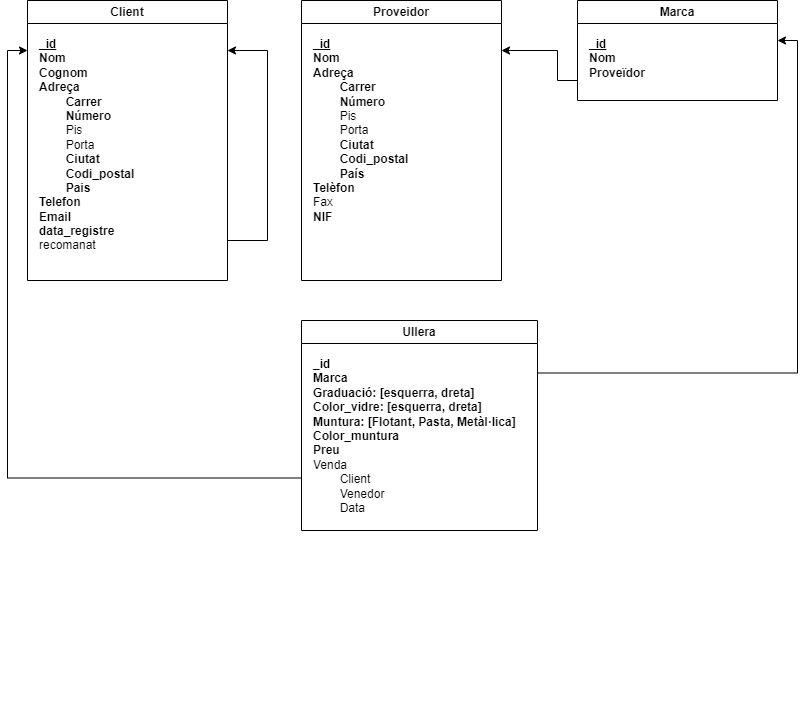
The draw.io diagram Entrega 1/nivell1_optica_diagrama.png in oriolsastre/mongoDB-estructura, before a commit. Source tidied: cells renumbered, new cells last; positions are measured from the earlier drawing's top-left corner, leaving out a move shared by most shapes.
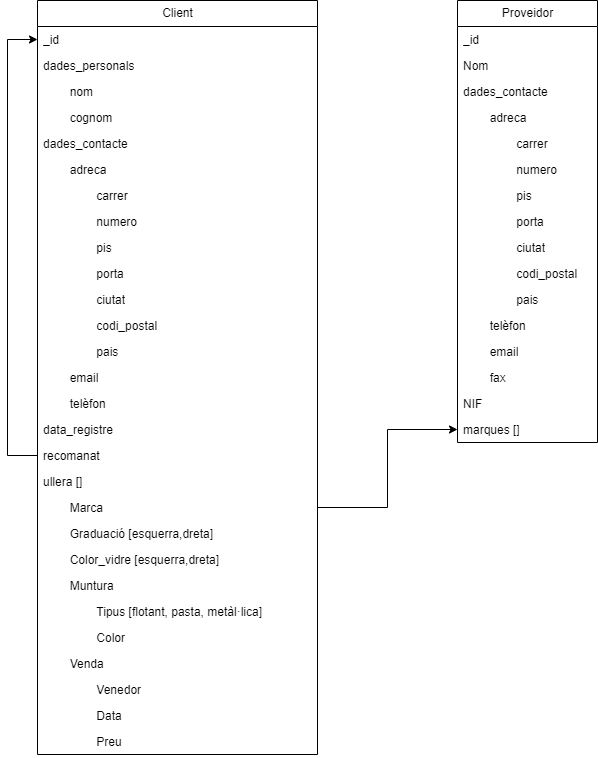
After the commit.

Commit message:
reestructuracio nivell1

The edit, as a diff of the source:
```diff
@@ -2,67 +2,154 @@
   <root>
     <mxCell id="0" />
     <mxCell id="1" parent="0" />
-    <mxCell id="2" style="edgeStyle=orthogonalEdgeStyle;rounded=0;jettySize=auto;html=1;exitX=1;exitY=0.25;exitDx=0;exitDy=0;" parent="1" edge="1" source="3">
-      <mxGeometry relative="1" as="geometry">
-        <mxPoint x="220" y="50" as="targetPoint" />
-        <Array as="points">
-          <mxPoint x="220" y="240" />
-          <mxPoint x="260" y="240" />
-          <mxPoint x="260" y="50" />
-        </Array>
-      </mxGeometry>
-    </mxCell>
-    <mxCell id="3" value="Client" style="swimlane;whiteSpace=wrap;html=1;align=center;" parent="1" vertex="1">
-      <mxGeometry x="20" width="200" height="280" as="geometry" />
+    <mxCell id="3" value="Client" style="swimlane;fontStyle=0;horizontal=1;startSize=26;fillColor=none;html=1;" parent="1" vertex="1">
+      <mxGeometry x="120" y="-47" width="280" height="754" as="geometry" />
     </mxCell>
-    <mxCell id="4" value="&lt;b&gt;&lt;u&gt;_id&lt;/u&gt;&lt;/b&gt;&lt;br&gt;&lt;b&gt;Nom&lt;br&gt;Cognom&lt;/b&gt;&lt;br&gt;&lt;b&gt;Adreça&lt;/b&gt;&lt;br&gt;&lt;span style=&quot;white-space: pre;&quot;&gt;&#9;&lt;/span&gt;&lt;b&gt;Carrer&lt;br&gt;&lt;span style=&quot;white-space: pre;&quot;&gt;&#9;&lt;/span&gt;Número&lt;/b&gt;&lt;br&gt;&lt;span style=&quot;white-space: pre;&quot;&gt;&#9;&lt;/span&gt;Pis&lt;br&gt;&lt;span style=&quot;white-space: pre;&quot;&gt;&#9;&lt;/span&gt;Porta&lt;br&gt;&lt;span style=&quot;white-space: pre;&quot;&gt;&#9;&lt;/span&gt;&lt;b&gt;Ciutat&lt;br&gt;&lt;span style=&quot;white-space: pre;&quot;&gt;&#9;&lt;/span&gt;Codi_postal&lt;br&gt;&lt;span style=&quot;white-space: pre;&quot;&gt;&#9;&lt;/span&gt;Pais&lt;/b&gt;&lt;br&gt;&lt;b&gt;Telefon&lt;br&gt;Email&lt;br&gt;data_registre&lt;br&gt;&lt;/b&gt;recomanat" style="text;html=1;strokeColor=none;fillColor=none;align=left;verticalAlign=top;whiteSpace=wrap;rounded=0;" parent="3" vertex="1">
-      <mxGeometry x="10" y="30" width="180" height="240" as="geometry" />
-    </mxCell>
+    <mxCell id="14" value="_id" style="text;strokeColor=none;fillColor=none;align=left;verticalAlign=top;spacingLeft=4;spacingRight=4;overflow=hidden;points=[[0,0.5],[1,0.5]];portConstraint=eastwest;whiteSpace=wrap;html=1;" parent="3" vertex="1">
+      <mxGeometry y="26" width="280" height="26" as="geometry" />
+    </mxCell>
+    <mxCell id="15" value="dades_personals" style="text;strokeColor=none;fillColor=none;align=left;verticalAlign=top;spacingLeft=4;spacingRight=4;overflow=hidden;whiteSpace=wrap;html=1;" parent="3" vertex="1">
+      <mxGeometry y="52" width="280" height="26" as="geometry" />
+    </mxCell>
+    <mxCell id="16" value="&lt;span style=&quot;white-space: pre;&quot;&gt;&#9;&lt;/span&gt;nom" style="text;strokeColor=none;fillColor=none;align=left;verticalAlign=top;spacingLeft=4;spacingRight=4;overflow=hidden;whiteSpace=wrap;html=1;" parent="3" vertex="1">
+      <mxGeometry y="78" width="280" height="26" as="geometry" />
+    </mxCell>
+    <mxCell id="17" value="&lt;span style=&quot;white-space: pre;&quot;&gt;&#9;&lt;/span&gt;cognom" style="text;strokeColor=none;fillColor=none;align=left;verticalAlign=top;spacingLeft=4;spacingRight=4;overflow=hidden;whiteSpace=wrap;html=1;" parent="3" vertex="1">
+      <mxGeometry y="104" width="280" height="26" as="geometry" />
+    </mxCell>
+    <mxCell id="18" value="dades_contacte" style="text;strokeColor=none;fillColor=none;align=left;verticalAlign=top;spacingLeft=4;spacingRight=4;overflow=hidden;whiteSpace=wrap;html=1;" parent="3" vertex="1">
+      <mxGeometry y="130" width="280" height="26" as="geometry" />
+    </mxCell>
+    <mxCell id="19" value="&lt;span style=&quot;white-space: pre;&quot;&gt;&#9;&lt;/span&gt;adreca" style="text;strokeColor=none;fillColor=none;align=left;verticalAlign=top;spacingLeft=4;spacingRight=4;overflow=hidden;whiteSpace=wrap;html=1;" parent="3" vertex="1">
+      <mxGeometry y="156" width="280" height="26" as="geometry" />
+    </mxCell>
+    <mxCell id="20" value="&lt;span style=&quot;white-space: pre;&quot;&gt;&#9;&lt;/span&gt;&lt;span style=&quot;white-space: pre;&quot;&gt;&#9;&lt;/span&gt;carrer" style="text;strokeColor=none;fillColor=none;align=left;verticalAlign=top;spacingLeft=4;spacingRight=4;overflow=hidden;whiteSpace=wrap;html=1;" parent="3" vertex="1">
+      <mxGeometry y="182" width="280" height="26" as="geometry" />
+    </mxCell>
+    <mxCell id="21" value="&lt;span style=&quot;white-space: pre;&quot;&gt;&#9;&lt;/span&gt;&lt;span style=&quot;white-space: pre;&quot;&gt;&#9;&lt;/span&gt;numero" style="text;strokeColor=none;fillColor=none;align=left;verticalAlign=top;spacingLeft=4;spacingRight=4;overflow=hidden;whiteSpace=wrap;html=1;" parent="3" vertex="1">
+      <mxGeometry y="208" width="280" height="26" as="geometry" />
+    </mxCell>
+    <mxCell id="22" value="&lt;span style=&quot;white-space: pre;&quot;&gt;&#9;&lt;/span&gt;&lt;span style=&quot;white-space: pre;&quot;&gt;&#9;&lt;/span&gt;pis" style="text;strokeColor=none;fillColor=none;align=left;verticalAlign=top;spacingLeft=4;spacingRight=4;overflow=hidden;whiteSpace=wrap;html=1;" parent="3" vertex="1">
+      <mxGeometry y="234" width="280" height="26" as="geometry" />
+    </mxCell>
+    <mxCell id="23" value="&lt;span style=&quot;white-space: pre;&quot;&gt;&#9;&lt;/span&gt;&lt;span style=&quot;white-space: pre;&quot;&gt;&#9;&lt;/span&gt;porta" style="text;strokeColor=none;fillColor=none;align=left;verticalAlign=top;spacingLeft=4;spacingRight=4;overflow=hidden;whiteSpace=wrap;html=1;" parent="3" vertex="1">
+      <mxGeometry y="260" width="280" height="26" as="geometry" />
+    </mxCell>
+    <mxCell id="24" value="&lt;span style=&quot;white-space: pre;&quot;&gt;&#9;&lt;/span&gt;&lt;span style=&quot;white-space: pre;&quot;&gt;&#9;&lt;/span&gt;ciutat" style="text;strokeColor=none;fillColor=none;align=left;verticalAlign=top;spacingLeft=4;spacingRight=4;overflow=hidden;whiteSpace=wrap;html=1;" parent="3" vertex="1">
+      <mxGeometry y="286" width="280" height="26" as="geometry" />
+    </mxCell>
+    <mxCell id="25" value="&lt;span style=&quot;white-space: pre;&quot;&gt;&#9;&lt;/span&gt;&lt;span style=&quot;white-space: pre;&quot;&gt;&#9;&lt;/span&gt;codi_postal" style="text;strokeColor=none;fillColor=none;align=left;verticalAlign=top;spacingLeft=4;spacingRight=4;overflow=hidden;whiteSpace=wrap;html=1;" parent="3" vertex="1">
+      <mxGeometry y="312" width="280" height="26" as="geometry" />
+    </mxCell>
+    <mxCell id="26" value="&lt;span style=&quot;white-space: pre;&quot;&gt;&#9;&lt;/span&gt;&lt;span style=&quot;white-space: pre;&quot;&gt;&#9;&lt;/span&gt;pais" style="text;strokeColor=none;fillColor=none;align=left;verticalAlign=top;spacingLeft=4;spacingRight=4;overflow=hidden;whiteSpace=wrap;html=1;" parent="3" vertex="1">
+      <mxGeometry y="338" width="280" height="26" as="geometry" />
+    </mxCell>
+    <mxCell id="27" value="&lt;span style=&quot;white-space: pre;&quot;&gt;&#9;&lt;/span&gt;email" style="text;strokeColor=none;fillColor=none;align=left;verticalAlign=top;spacingLeft=4;spacingRight=4;overflow=hidden;whiteSpace=wrap;html=1;" parent="3" vertex="1">
+      <mxGeometry y="364" width="280" height="26" as="geometry" />
+    </mxCell>
+    <mxCell id="28" value="&lt;span style=&quot;white-space: pre;&quot;&gt;&#9;&lt;/span&gt;telèfon" style="text;strokeColor=none;fillColor=none;align=left;verticalAlign=top;spacingLeft=4;spacingRight=4;overflow=hidden;whiteSpace=wrap;html=1;" parent="3" vertex="1">
+      <mxGeometry y="390" width="280" height="26" as="geometry" />
+    </mxCell>
+    <mxCell id="29" value="data_registre" style="text;strokeColor=none;fillColor=none;align=left;verticalAlign=top;spacingLeft=4;spacingRight=4;overflow=hidden;whiteSpace=wrap;html=1;" parent="3" vertex="1">
+      <mxGeometry y="416" width="280" height="26" as="geometry" />
+    </mxCell>
+    <mxCell id="30" style="edgeStyle=orthogonalEdgeStyle;rounded=0;jettySize=auto;html=1;" parent="3" edge="1" source="31" target="14">
+      <mxGeometry relative="1" as="geometry">
+        <Array as="points">
+          <mxPoint x="-30" y="455" />
+          <mxPoint x="-30" y="39" />
+        </Array>
+      </mxGeometry>
+    </mxCell>
+    <mxCell id="31" value="recomanat" style="text;strokeColor=none;fillColor=none;align=left;verticalAlign=top;spacingLeft=4;spacingRight=4;overflow=hidden;points=[[0,0.5],[1,0.5]];portConstraint=eastwest;whiteSpace=wrap;html=1;" parent="3" vertex="1">
+      <mxGeometry y="442" width="280" height="26" as="geometry" />
+    </mxCell>
+    <mxCell id="32" value="ullera []" style="text;strokeColor=none;fillColor=none;align=left;verticalAlign=top;spacingLeft=4;spacingRight=4;overflow=hidden;whiteSpace=wrap;html=1;" parent="3" vertex="1">
+      <mxGeometry y="468" width="280" height="26" as="geometry" />
+    </mxCell>
+    <mxCell id="7" value="&lt;span style=&quot;white-space: pre;&quot;&gt;&#9;&lt;/span&gt;Marca" style="text;strokeColor=none;fillColor=none;align=left;verticalAlign=top;spacingLeft=4;spacingRight=4;overflow=hidden;points=[[0,0.5],[1,0.5]];portConstraint=eastwest;whiteSpace=wrap;html=1;" parent="3" vertex="1">
+      <mxGeometry y="494" width="280" height="26" as="geometry" />
+    </mxCell>
+    <mxCell id="33" value="&lt;span style=&quot;white-space: pre;&quot;&gt;&#9;&lt;/span&gt;Graduació [esquerra,dreta]" style="text;strokeColor=none;fillColor=none;align=left;verticalAlign=top;spacingLeft=4;spacingRight=4;overflow=hidden;whiteSpace=wrap;html=1;" parent="3" vertex="1">
+      <mxGeometry y="520" width="280" height="26" as="geometry" />
+    </mxCell>
+    <mxCell id="34" value="&lt;span style=&quot;white-space: pre;&quot;&gt;&#9;&lt;/span&gt;Color_vidre [esquerra,dreta]" style="text;strokeColor=none;fillColor=none;align=left;verticalAlign=top;spacingLeft=4;spacingRight=4;overflow=hidden;whiteSpace=wrap;html=1;" parent="3" vertex="1">
+      <mxGeometry y="546" width="280" height="26" as="geometry" />
+    </mxCell>
+    <mxCell id="35" value="&lt;span style=&quot;white-space: pre;&quot;&gt;&#9;&lt;/span&gt;Muntura" style="text;strokeColor=none;fillColor=none;align=left;verticalAlign=top;spacingLeft=4;spacingRight=4;overflow=hidden;whiteSpace=wrap;html=1;" parent="3" vertex="1">
+      <mxGeometry y="572" width="280" height="26" as="geometry" />
+    </mxCell>
+    <mxCell id="36" value="&lt;span style=&quot;white-space: pre;&quot;&gt;&#9;&lt;/span&gt;&lt;span style=&quot;white-space: pre;&quot;&gt;&#9;&lt;/span&gt;Tipus [flotant, pasta, metàl·lica]" style="text;strokeColor=none;fillColor=none;align=left;verticalAlign=top;spacingLeft=4;spacingRight=4;overflow=hidden;whiteSpace=wrap;html=1;" parent="3" vertex="1">
+      <mxGeometry y="598" width="280" height="26" as="geometry" />
+    </mxCell>
+    <mxCell id="37" value="&lt;span style=&quot;white-space: pre;&quot;&gt;&#9;&lt;/span&gt;&lt;span style=&quot;white-space: pre;&quot;&gt;&#9;&lt;/span&gt;Color" style="text;strokeColor=none;fillColor=none;align=left;verticalAlign=top;spacingLeft=4;spacingRight=4;overflow=hidden;whiteSpace=wrap;html=1;" parent="3" vertex="1">
+      <mxGeometry y="624" width="280" height="26" as="geometry" />
+    </mxCell>
+    <mxCell id="38" value="&lt;span style=&quot;white-space: pre;&quot;&gt;&#9;&lt;/span&gt;Venda" style="text;strokeColor=none;fillColor=none;align=left;verticalAlign=top;spacingLeft=4;spacingRight=4;overflow=hidden;whiteSpace=wrap;html=1;" parent="3" vertex="1">
+      <mxGeometry y="650" width="280" height="26" as="geometry" />
+    </mxCell>
+    <mxCell id="39" value="&lt;span style=&quot;white-space: pre;&quot;&gt;&#9;&lt;/span&gt;&lt;span style=&quot;white-space: pre;&quot;&gt;&#9;&lt;/span&gt;Venedor" style="text;strokeColor=none;fillColor=none;align=left;verticalAlign=top;spacingLeft=4;spacingRight=4;overflow=hidden;whiteSpace=wrap;html=1;" parent="3" vertex="1">
+      <mxGeometry y="676" width="280" height="26" as="geometry" />
+    </mxCell>
+    <mxCell id="40" value="&lt;span style=&quot;white-space: pre;&quot;&gt;&#9;&lt;/span&gt;&lt;span style=&quot;white-space: pre;&quot;&gt;&#9;&lt;/span&gt;Data" style="text;strokeColor=none;fillColor=none;align=left;verticalAlign=top;spacingLeft=4;spacingRight=4;overflow=hidden;whiteSpace=wrap;html=1;" parent="3" vertex="1">
+      <mxGeometry y="702" width="280" height="26" as="geometry" />
+    </mxCell>
+    <mxCell id="41" value="&lt;span style=&quot;white-space: pre;&quot;&gt;&#9;&lt;/span&gt;&lt;span style=&quot;white-space: pre;&quot;&gt;&#9;&lt;/span&gt;Preu" style="text;strokeColor=none;fillColor=none;align=left;verticalAlign=top;spacingLeft=4;spacingRight=4;overflow=hidden;whiteSpace=wrap;html=1;" parent="3" vertex="1">
+      <mxGeometry y="728" width="280" height="26" as="geometry" />
+    </mxCell>
-    <mxCell id="5" value="Proveidor" style="swimlane;whiteSpace=wrap;html=1;" parent="1" vertex="1">
-      <mxGeometry x="294" width="200" height="280" as="geometry" />
+    <mxCell id="5" value="Proveidor" style="swimlane;fontStyle=0;horizontal=1;startSize=26;fillColor=none;html=1;" parent="1" vertex="1">
+      <mxGeometry x="540" y="-47" width="140" height="442" as="geometry" />
     </mxCell>
-    <mxCell id="6" value="&lt;b&gt;&lt;u&gt;_id&lt;/u&gt;&lt;br&gt;Nom&lt;br&gt;Adreça&lt;br&gt;&lt;/b&gt;&lt;span style=&quot;white-space: pre;&quot;&gt;&#9;&lt;/span&gt;&lt;b&gt;Carrer&lt;br&gt;&lt;span style=&quot;white-space: pre;&quot;&gt;&#9;&lt;/span&gt;Número&lt;/b&gt;&lt;br&gt;&lt;span style=&quot;white-space: pre;&quot;&gt;&#9;&lt;/span&gt;Pis&lt;br&gt;&lt;span style=&quot;white-space: pre;&quot;&gt;&#9;&lt;/span&gt;Porta&lt;br&gt;&lt;span style=&quot;white-space: pre;&quot;&gt;&#9;&lt;/span&gt;&lt;b&gt;Ciutat&lt;br&gt;&lt;span style=&quot;white-space: pre;&quot;&gt;&#9;&lt;/span&gt;Codi_postal&lt;br&gt;&lt;span style=&quot;white-space: pre;&quot;&gt;&#9;&lt;/span&gt;País&lt;/b&gt;&lt;br&gt;&lt;b&gt;Telèfon&lt;/b&gt;&lt;br&gt;Fax&lt;br&gt;&lt;b&gt;NIF&lt;/b&gt;" style="text;html=1;strokeColor=none;fillColor=none;align=left;verticalAlign=top;whiteSpace=wrap;rounded=0;" parent="5" vertex="1">
-      <mxGeometry x="10" y="30" width="180" height="240" as="geometry" />
-    </mxCell>
-    <mxCell id="7" value="Marca" style="swimlane;whiteSpace=wrap;html=1;" parent="1" vertex="1">
-      <mxGeometry x="570" width="200" height="100" as="geometry" />
-    </mxCell>
-    <mxCell id="8" value="&lt;b&gt;&lt;u&gt;_id&lt;/u&gt;&lt;br&gt;Nom&lt;br&gt;Proveïdor&lt;/b&gt;" style="text;html=1;strokeColor=none;fillColor=none;align=left;verticalAlign=top;whiteSpace=wrap;rounded=0;" parent="7" vertex="1">
-      <mxGeometry x="10" y="30" width="180" height="80" as="geometry" />
-    </mxCell>
-    <mxCell id="9" style="edgeStyle=orthogonalEdgeStyle;rounded=0;orthogonalLoop=1;jettySize=auto;html=1;" parent="1" edge="1">
-      <mxGeometry relative="1" as="geometry">
-        <mxPoint x="570" y="80" as="sourcePoint" />
-        <mxPoint x="494" y="50" as="targetPoint" />
-        <Array as="points">
-          <mxPoint x="550" y="80" />
-          <mxPoint x="550" y="50" />
-        </Array>
-      </mxGeometry>
-    </mxCell>
-    <mxCell id="10" style="edgeStyle=orthogonalEdgeStyle;rounded=0;jettySize=auto;html=1;exitX=1;exitY=0.25;exitDx=0;exitDy=0;" parent="1" edge="1" source="11">
-      <mxGeometry relative="1" as="geometry">
-        <mxPoint x="770" y="40" as="targetPoint" />
-        <Array as="points">
-          <mxPoint x="790" y="373" />
-          <mxPoint x="790" y="40" />
-        </Array>
-      </mxGeometry>
-    </mxCell>
-    <mxCell id="11" value="Ullera" style="swimlane;whiteSpace=wrap;html=1;" parent="1" vertex="1">
-      <mxGeometry x="294" y="320" width="236" height="210" as="geometry" />
-    </mxCell>
-    <mxCell id="12" value="&lt;b&gt;_id&lt;br&gt;Marca&lt;br&gt;Graduació: [esquerra, dreta]&lt;br&gt;Color_vidre: [esquerra, dreta]&lt;br&gt;Muntura: [Flotant, Pasta, Metàl·lica]&lt;br&gt;Color_muntura&lt;br&gt;Preu&lt;br&gt;&lt;/b&gt;Venda&lt;br&gt;&lt;span style=&quot;white-space: pre;&quot;&gt;&#9;&lt;/span&gt;Client&lt;br&gt;&lt;span style=&quot;white-space: pre;&quot;&gt;&#9;&lt;/span&gt;Venedor&lt;br&gt;&lt;span style=&quot;white-space: pre;&quot;&gt;&#9;&lt;/span&gt;Data" style="text;html=1;strokeColor=none;fillColor=none;align=left;verticalAlign=top;whiteSpace=wrap;rounded=0;" parent="11" vertex="1">
-      <mxGeometry x="10" y="30" width="220" height="360" as="geometry" />
-    </mxCell>
-    <mxCell id="13" style="edgeStyle=orthogonalEdgeStyle;rounded=0;jettySize=auto;html=1;exitX=0;exitY=0.75;exitDx=0;exitDy=0;" parent="1" edge="1" source="11">
-      <mxGeometry relative="1" as="geometry">
-        <mxPoint x="20" y="50" as="targetPoint" />
-        <Array as="points">
-          <mxPoint y="478" />
-          <mxPoint y="50" />
-        </Array>
-      </mxGeometry>
-    </mxCell>
+    <mxCell id="42" value="_id" style="text;strokeColor=none;fillColor=none;align=left;verticalAlign=top;spacingLeft=4;spacingRight=4;overflow=hidden;whiteSpace=wrap;html=1;" parent="5" vertex="1">
+      <mxGeometry y="26" width="140" height="26" as="geometry" />
+    </mxCell>
+    <mxCell id="43" value="Nom" style="text;strokeColor=none;fillColor=none;align=left;verticalAlign=top;spacingLeft=4;spacingRight=4;overflow=hidden;whiteSpace=wrap;html=1;" parent="5" vertex="1">
+      <mxGeometry y="52" width="140" height="26" as="geometry" />
+    </mxCell>
+    <mxCell id="44" value="dades_contacte" style="text;strokeColor=none;fillColor=none;align=left;verticalAlign=top;spacingLeft=4;spacingRight=4;overflow=hidden;whiteSpace=wrap;html=1;" parent="5" vertex="1">
+      <mxGeometry y="78" width="140" height="26" as="geometry" />
+    </mxCell>
+    <mxCell id="45" value="&lt;span style=&quot;white-space: pre;&quot;&gt;&#9;&lt;/span&gt;adreca" style="text;strokeColor=none;fillColor=none;align=left;verticalAlign=top;spacingLeft=4;spacingRight=4;overflow=hidden;whiteSpace=wrap;html=1;" parent="5" vertex="1">
+      <mxGeometry y="104" width="140" height="26" as="geometry" />
+    </mxCell>
+    <mxCell id="46" value="&lt;span style=&quot;white-space: pre;&quot;&gt;&#9;&lt;/span&gt;&lt;span style=&quot;white-space: pre;&quot;&gt;&#9;&lt;/span&gt;carrer" style="text;strokeColor=none;fillColor=none;align=left;verticalAlign=top;spacingLeft=4;spacingRight=4;overflow=hidden;whiteSpace=wrap;html=1;" parent="5" vertex="1">
+      <mxGeometry y="130" width="140" height="26" as="geometry" />
+    </mxCell>
+    <mxCell id="47" value="&lt;span style=&quot;white-space: pre;&quot;&gt;&#9;&lt;/span&gt;&lt;span style=&quot;white-space: pre;&quot;&gt;&#9;&lt;/span&gt;numero" style="text;strokeColor=none;fillColor=none;align=left;verticalAlign=top;spacingLeft=4;spacingRight=4;overflow=hidden;whiteSpace=wrap;html=1;" parent="5" vertex="1">
+      <mxGeometry y="156" width="140" height="26" as="geometry" />
+    </mxCell>
+    <mxCell id="48" value="&lt;span style=&quot;white-space: pre;&quot;&gt;&#9;&lt;/span&gt;&lt;span style=&quot;white-space: pre;&quot;&gt;&#9;&lt;/span&gt;pis" style="text;strokeColor=none;fillColor=none;align=left;verticalAlign=top;spacingLeft=4;spacingRight=4;overflow=hidden;whiteSpace=wrap;html=1;" parent="5" vertex="1">
+      <mxGeometry y="182" width="140" height="26" as="geometry" />
+    </mxCell>
+    <mxCell id="49" value="&lt;span style=&quot;white-space: pre;&quot;&gt;&#9;&lt;/span&gt;&lt;span style=&quot;white-space: pre;&quot;&gt;&#9;&lt;/span&gt;porta" style="text;strokeColor=none;fillColor=none;align=left;verticalAlign=top;spacingLeft=4;spacingRight=4;overflow=hidden;whiteSpace=wrap;html=1;" parent="5" vertex="1">
+      <mxGeometry y="208" width="140" height="26" as="geometry" />
+    </mxCell>
+    <mxCell id="50" value="&lt;span style=&quot;white-space: pre;&quot;&gt;&#9;&lt;/span&gt;&lt;span style=&quot;white-space: pre;&quot;&gt;&#9;&lt;/span&gt;ciutat" style="text;strokeColor=none;fillColor=none;align=left;verticalAlign=top;spacingLeft=4;spacingRight=4;overflow=hidden;whiteSpace=wrap;html=1;" parent="5" vertex="1">
+      <mxGeometry y="234" width="140" height="26" as="geometry" />
+    </mxCell>
+    <mxCell id="51" value="&lt;span style=&quot;white-space: pre;&quot;&gt;&#9;&lt;/span&gt;&lt;span style=&quot;white-space: pre;&quot;&gt;&#9;&lt;/span&gt;codi_postal" style="text;strokeColor=none;fillColor=none;align=left;verticalAlign=top;spacingLeft=4;spacingRight=4;overflow=hidden;whiteSpace=wrap;html=1;" parent="5" vertex="1">
+      <mxGeometry y="260" width="140" height="26" as="geometry" />
+    </mxCell>
+    <mxCell id="52" value="&lt;span style=&quot;white-space: pre;&quot;&gt;&#9;&lt;/span&gt;&lt;span style=&quot;white-space: pre;&quot;&gt;&#9;&lt;/span&gt;pais" style="text;strokeColor=none;fillColor=none;align=left;verticalAlign=top;spacingLeft=4;spacingRight=4;overflow=hidden;whiteSpace=wrap;html=1;" parent="5" vertex="1">
+      <mxGeometry y="286" width="140" height="26" as="geometry" />
+    </mxCell>
+    <mxCell id="53" value="&lt;span style=&quot;white-space: pre;&quot;&gt;&#9;&lt;/span&gt;telèfon" style="text;strokeColor=none;fillColor=none;align=left;verticalAlign=top;spacingLeft=4;spacingRight=4;overflow=hidden;whiteSpace=wrap;html=1;" parent="5" vertex="1">
+      <mxGeometry y="312" width="140" height="26" as="geometry" />
+    </mxCell>
+    <mxCell id="54" value="&lt;span style=&quot;white-space: pre;&quot;&gt;&#9;&lt;/span&gt;email" style="text;strokeColor=none;fillColor=none;align=left;verticalAlign=top;spacingLeft=4;spacingRight=4;overflow=hidden;whiteSpace=wrap;html=1;" parent="5" vertex="1">
+      <mxGeometry y="338" width="140" height="26" as="geometry" />
+    </mxCell>
+    <mxCell id="55" value="&lt;span style=&quot;white-space: pre;&quot;&gt;&#9;&lt;/span&gt;fax" style="text;strokeColor=none;fillColor=none;align=left;verticalAlign=top;spacingLeft=4;spacingRight=4;overflow=hidden;whiteSpace=wrap;html=1;" parent="5" vertex="1">
+      <mxGeometry y="364" width="140" height="26" as="geometry" />
+    </mxCell>
+    <mxCell id="56" value="NIF" style="text;strokeColor=none;fillColor=none;align=left;verticalAlign=top;spacingLeft=4;spacingRight=4;overflow=hidden;whiteSpace=wrap;html=1;" parent="5" vertex="1">
+      <mxGeometry y="390" width="140" height="26" as="geometry" />
+    </mxCell>
+    <mxCell id="57" value="marques []" style="text;strokeColor=none;fillColor=none;align=left;verticalAlign=top;spacingLeft=4;spacingRight=4;overflow=hidden;points=[[0,0.5],[1,0.5]];portConstraint=eastwest;whiteSpace=wrap;html=1;" parent="5" vertex="1">
+      <mxGeometry y="416" width="140" height="26" as="geometry" />
+    </mxCell>
+    <mxCell id="58" style="edgeStyle=orthogonalEdgeStyle;rounded=0;jettySize=auto;html=1;" parent="1" edge="1" source="7" target="57">
+      <mxGeometry relative="1" as="geometry" />
+    </mxCell>
   </root>
 </mxGraphModel>
```
